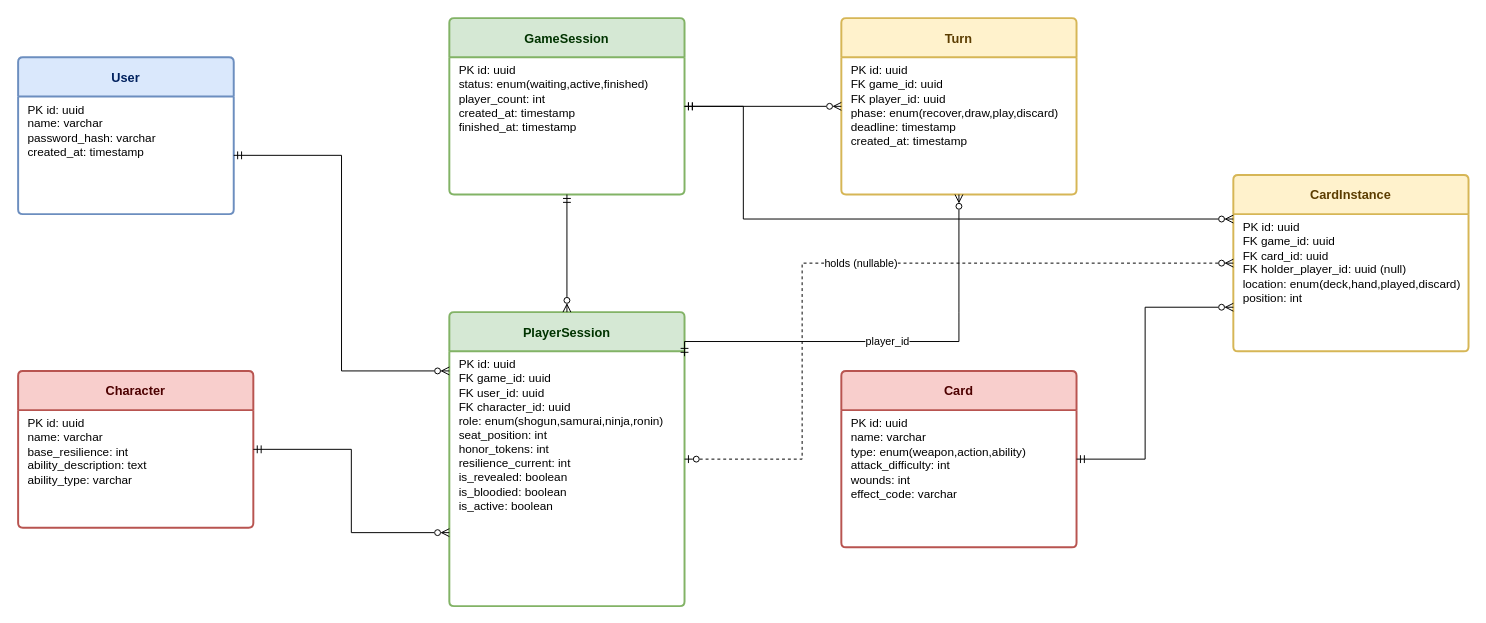
Above: page "Bang-SamuraiSword-DB" (1 of 2) of Меч_самурая_er.drawio in Tor4narek/SamuraiSword (draw.io), before the change. Source tidied: cells renumbered, new cells numbered last; positions are measured from the earlier drawing's top-left corner, leaving out a move shared by most shapes. Both pictures are drawn from the tidied source at 98%, with x=0, y=0 at pixel (18, 18).
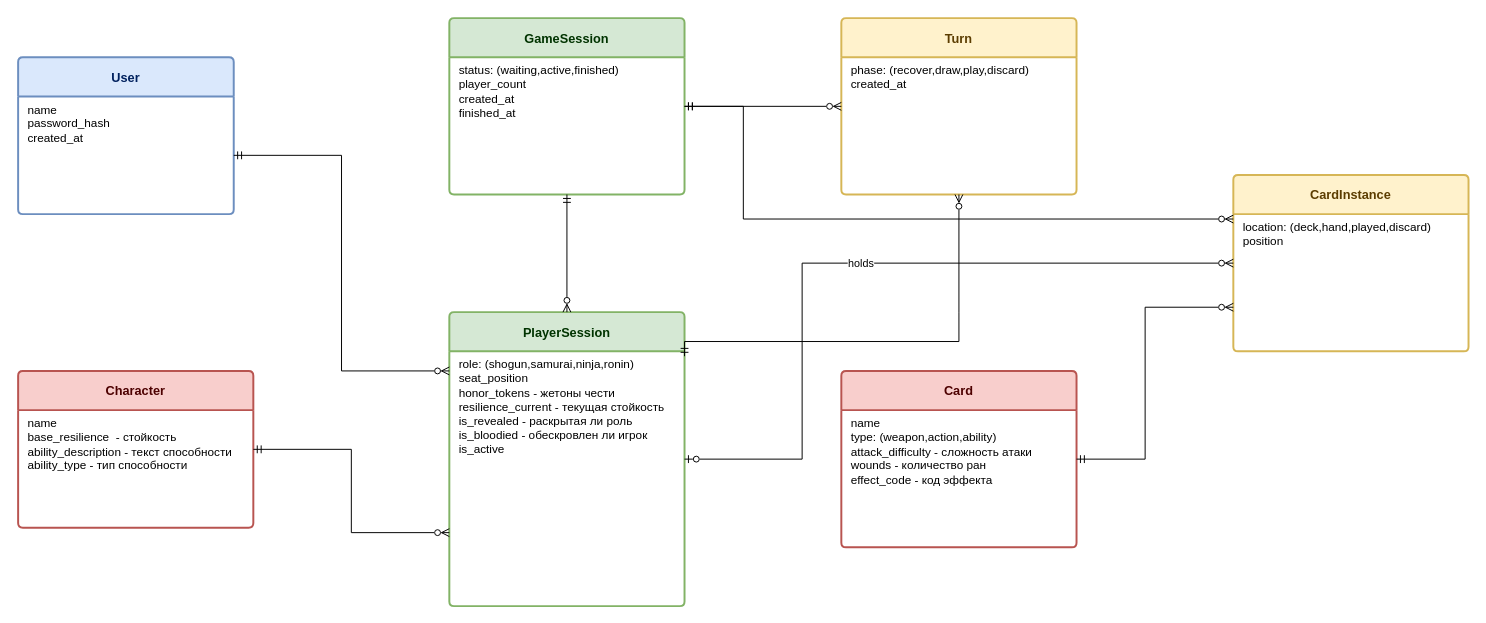
Above is the later version.

Unchanged cells that the change refers to:
```xml
<mxCell id="2" value="User" style="swimlane;horizontal=1;startSize=40;rounded=1;fontSize=13;fontStyle=1;strokeWidth=2;arcSize=4;fillColor=#dae8fc;strokeColor=#6c8ebf;fontColor=#00215e;" parent="1" vertex="1">
  <mxGeometry y="40" width="220" height="160" as="geometry" />
</mxCell>
<mxCell id="4" value="GameSession" style="swimlane;horizontal=1;startSize=40;rounded=1;fontSize=13;fontStyle=1;strokeWidth=2;arcSize=4;fillColor=#d5e8d4;strokeColor=#82b366;fontColor=#003300;" parent="1" vertex="1">
  <mxGeometry x="440" width="240" height="180" as="geometry" />
</mxCell>
<mxCell id="6" value="PlayerSession" style="swimlane;horizontal=1;startSize=40;rounded=1;fontSize=13;fontStyle=1;strokeWidth=2;arcSize=4;fillColor=#d5e8d4;strokeColor=#82b366;fontColor=#003300;" parent="1" vertex="1">
  <mxGeometry x="440" y="300" width="240" height="300" as="geometry" />
</mxCell>
<mxCell id="8" value="Turn" style="swimlane;horizontal=1;startSize=40;rounded=1;fontSize=13;fontStyle=1;strokeWidth=2;arcSize=4;fillColor=#fff2cc;strokeColor=#d6b656;fontColor=#5c3d00;" parent="1" vertex="1">
  <mxGeometry x="840" width="240" height="180" as="geometry" />
</mxCell>
<mxCell id="10" value="Character" style="swimlane;horizontal=1;startSize=40;rounded=1;fontSize=13;fontStyle=1;strokeWidth=2;arcSize=4;fillColor=#f8cecc;strokeColor=#b85450;fontColor=#4d0000;" parent="1" vertex="1">
  <mxGeometry y="360" width="240" height="160" as="geometry" />
</mxCell>
<mxCell id="12" value="Card" style="swimlane;horizontal=1;startSize=40;rounded=1;fontSize=13;fontStyle=1;strokeWidth=2;arcSize=4;fillColor=#f8cecc;strokeColor=#b85450;fontColor=#4d0000;" parent="1" vertex="1">
  <mxGeometry x="840" y="360" width="240" height="180" as="geometry" />
</mxCell>
<mxCell id="14" value="CardInstance" style="swimlane;horizontal=1;startSize=40;rounded=1;fontSize=13;fontStyle=1;strokeWidth=2;arcSize=4;fillColor=#fff2cc;strokeColor=#d6b656;fontColor=#5c3d00;" parent="1" vertex="1">
  <mxGeometry x="1240" y="160" width="240" height="180" as="geometry" />
</mxCell>
```

Change to the diagram source:
```diff
@@
-    <mxCell id="3" value="PK id: uuid&lt;br&gt;name: varchar&lt;br&gt;password_hash: varchar&lt;br&gt;created_at: timestamp" style="align=left;strokeColor=none;fillColor=none;spacingLeft=8;fontSize=12;verticalAlign=top;html=1;whiteSpace=wrap;" parent="2" vertex="1">
+    <mxCell id="3" value="name&lt;br&gt;password_hash&lt;br&gt;created_at" style="align=left;strokeColor=none;fillColor=none;spacingLeft=8;fontSize=12;verticalAlign=top;html=1;whiteSpace=wrap;" parent="2" vertex="1">
       <mxGeometry y="40" width="220" height="120" as="geometry" />
     </mxCell>
@@
-    <mxCell id="5" value="PK id: uuid&lt;br&gt;status: enum(waiting,active,finished)&lt;br&gt;player_count: int&lt;br&gt;created_at: timestamp&lt;br&gt;finished_at: timestamp" style="align=left;strokeColor=none;fillColor=none;spacingLeft=8;fontSize=12;verticalAlign=top;html=1;whiteSpace=wrap;" parent="4" vertex="1">
+    <mxCell id="5" value="status: (waiting,active,finished)&lt;br&gt;player_count&lt;br&gt;created_at&lt;br&gt;finished_at" style="align=left;strokeColor=none;fillColor=none;spacingLeft=8;fontSize=12;verticalAlign=top;html=1;whiteSpace=wrap;" parent="4" vertex="1">
       <mxGeometry y="40" width="240" height="140" as="geometry" />
     </mxCell>
@@
-    <mxCell id="7" value="PK id: uuid&lt;br&gt;FK game_id: uuid&lt;br&gt;FK user_id: uuid&lt;br&gt;FK character_id: uuid&lt;br&gt;role: enum(shogun,samurai,ninja,ronin)&lt;br&gt;seat_position: int&lt;br&gt;honor_tokens: int&lt;br&gt;resilience_current: int&lt;br&gt;is_revealed: boolean&lt;br&gt;is_bloodied: boolean&lt;br&gt;is_active: boolean" style="align=left;strokeColor=none;fillColor=none;spacingLeft=8;fontSize=12;verticalAlign=top;html=1;whiteSpace=wrap;" parent="6" vertex="1">
+    <mxCell id="7" value="role: (shogun,samurai,ninja,ronin)&lt;br&gt;seat_position&lt;br&gt;honor_tokens - жетоны чести&lt;br&gt;resilience_current - текущая стойкость&lt;br&gt;is_revealed - раскрытая ли роль&lt;br&gt;is_bloodied - обескровлен ли игрок&lt;div&gt;is_active&lt;/div&gt;" style="align=left;strokeColor=none;fillColor=none;spacingLeft=8;fontSize=12;verticalAlign=top;html=1;whiteSpace=wrap;" parent="6" vertex="1">
       <mxGeometry y="40" width="240" height="260" as="geometry" />
     </mxCell>
@@
-    <mxCell id="9" value="PK id: uuid&lt;br&gt;FK game_id: uuid&lt;br&gt;FK player_id: uuid&lt;br&gt;phase: enum(recover,draw,play,discard)&lt;br&gt;deadline: timestamp&lt;br&gt;created_at: timestamp" style="align=left;strokeColor=none;fillColor=none;spacingLeft=8;fontSize=12;verticalAlign=top;html=1;whiteSpace=wrap;" parent="8" vertex="1">
+    <mxCell id="9" value="phase: (recover,draw,play,discard)&lt;br&gt;created_at" style="align=left;strokeColor=none;fillColor=none;spacingLeft=8;fontSize=12;verticalAlign=top;html=1;whiteSpace=wrap;" parent="8" vertex="1">
       <mxGeometry y="40" width="240" height="140" as="geometry" />
     </mxCell>
@@
-    <mxCell id="11" value="PK id: uuid&lt;br&gt;name: varchar&lt;br&gt;base_resilience: int&lt;br&gt;ability_description: text&lt;br&gt;ability_type: varchar" style="align=left;strokeColor=none;fillColor=none;spacingLeft=8;fontSize=12;verticalAlign=top;html=1;whiteSpace=wrap;" parent="10" vertex="1">
+    <mxCell id="11" value="name&lt;br&gt;base_resilience&amp;nbsp; - стойкость&lt;br&gt;ability_description - текст способности&lt;br&gt;ability_type - тип способности" style="align=left;strokeColor=none;fillColor=none;spacingLeft=8;fontSize=12;verticalAlign=top;html=1;whiteSpace=wrap;" parent="10" vertex="1">
       <mxGeometry y="40" width="240" height="120" as="geometry" />
     </mxCell>
@@
-    <mxCell id="13" value="PK id: uuid&lt;br&gt;name: varchar&lt;br&gt;type: enum(weapon,action,ability)&lt;br&gt;attack_difficulty: int&lt;br&gt;wounds: int&lt;br&gt;effect_code: varchar" style="align=left;strokeColor=none;fillColor=none;spacingLeft=8;fontSize=12;verticalAlign=top;html=1;whiteSpace=wrap;" parent="12" vertex="1">
+    <mxCell id="13" value="name&lt;br&gt;type: (weapon,action,ability)&lt;br&gt;attack_difficulty - сложность атаки&lt;br&gt;wounds - количество ран&lt;br&gt;effect_code - код эффекта" style="align=left;strokeColor=none;fillColor=none;spacingLeft=8;fontSize=12;verticalAlign=top;html=1;whiteSpace=wrap;" parent="12" vertex="1">
       <mxGeometry y="40" width="240" height="140" as="geometry" />
     </mxCell>
@@
-    <mxCell id="15" value="PK id: uuid&lt;br&gt;FK game_id: uuid&lt;br&gt;FK card_id: uuid&lt;br&gt;FK holder_player_id: uuid (null)&lt;br&gt;location: enum(deck,hand,played,discard)&lt;br&gt;position: int" style="align=left;strokeColor=none;fillColor=none;spacingLeft=8;fontSize=12;verticalAlign=top;html=1;whiteSpace=wrap;" parent="14" vertex="1">
+    <mxCell id="15" value="location: (deck,hand,played,discard)&lt;br&gt;position" style="align=left;strokeColor=none;fillColor=none;spacingLeft=8;fontSize=12;verticalAlign=top;html=1;whiteSpace=wrap;" parent="14" vertex="1">
       <mxGeometry y="40" width="240" height="140" as="geometry" />
     </mxCell>
@@
-    <mxCell id="19" value="player_id" style="edgeStyle=orthogonalEdgeStyle;fontSize=11;html=1;endArrow=ERmandOne;startArrow=ERzeroToMany;startFill=0;endFill=0;rounded=0;exitX=0.5;exitY=1;exitDx=0;exitDy=0;entryX=1;entryY=0.15;entryDx=0;entryDy=0;" parent="1" edge="1" source="8" target="6">
+    <mxCell id="19" style="edgeStyle=orthogonalEdgeStyle;fontSize=11;html=1;endArrow=ERmandOne;startArrow=ERzeroToMany;startFill=0;endFill=0;rounded=0;exitX=0.5;exitY=1;exitDx=0;exitDy=0;entryX=1;entryY=0.15;entryDx=0;entryDy=0;" parent="1" edge="1" source="8" target="6">
       <mxGeometry relative="1" as="geometry">
         <Array as="points">
           <mxPoint x="960" y="300" />
           <mxPoint x="960" y="330" />
           <mxPoint x="680" y="330" />
         </Array>
       </mxGeometry>
     </mxCell>
@@
-    <mxCell id="23" value="holds (nullable)" style="edgeStyle=orthogonalEdgeStyle;fontSize=11;html=1;endArrow=ERzeroToMany;startArrow=ERzeroToOne;startFill=0;endFill=0;rounded=0;dashed=1;exitX=1;exitY=0.5;exitDx=0;exitDy=0;entryX=0;entryY=0.5;entryDx=0;entryDy=0;" parent="1" edge="1" source="6" target="14">
+    <mxCell id="23" value="holds" style="edgeStyle=orthogonalEdgeStyle;fontSize=11;html=1;endArrow=ERzeroToMany;startArrow=ERzeroToOne;startFill=0;endFill=0;rounded=0;exitX=1;exitY=0.5;exitDx=0;exitDy=0;entryX=0;entryY=0.5;entryDx=0;entryDy=0;" parent="1" edge="1" source="6" target="14">
       <mxGeometry relative="1" as="geometry">
         <Array as="points">
           <mxPoint x="800" y="450" />
           <mxPoint x="800" y="250" />
         </Array>
       </mxGeometry>
     </mxCell>
```
